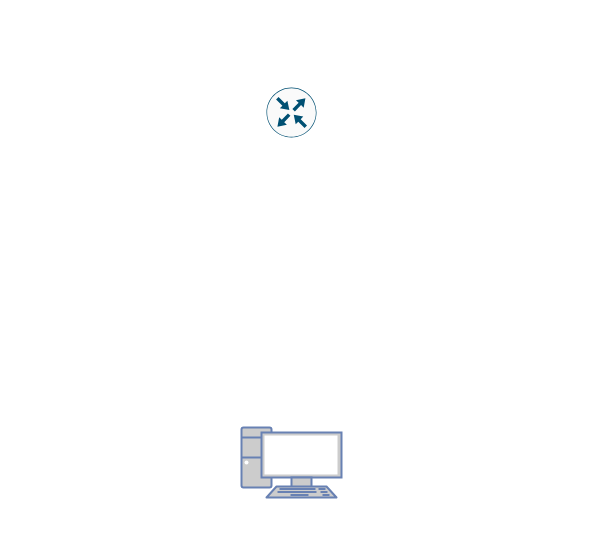
Above: Untitled Diagram.drawio in jwsummers/SOC-Analyst-Enviornment (draw.io), before the change. Source tidied: cells renumbered, new cells numbered last; positions are measured from the earlier drawing's top-left corner, leaving out a move shared by most shapes. Both pictures are drawn from the tidied source at 100%, with x=0, y=0 at pixel (241, 87).
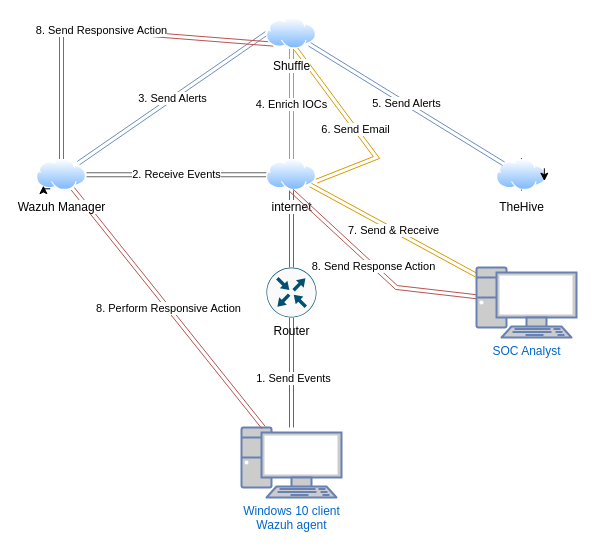
After the change.

What changed in the source:
```diff
@@
+    <mxCell id="4" style="edgeStyle=orthogonalEdgeStyle;rounded=0;jettySize=auto;html=1;shape=link;fillColor=#f5f5f5;strokeColor=#666666;gradientColor=#b3b3b3;" parent="1" edge="1" source="2" target="3">
+      <mxGeometry relative="1" as="geometry" />
+    </mxCell>
+    <mxCell id="5" value="1. Send Events" style="edgeLabel;html=1;align=center;verticalAlign=middle;" parent="4" vertex="1">
+      <mxGeometry x="-0.09" y="-2" relative="1" as="geometry">
+        <mxPoint x="-1" as="offset" />
+      </mxGeometry>
+    </mxCell>
-    <mxCell id="2" style="fontColor=#0066CC;verticalAlign=top;verticalLabelPosition=bottom;labelPosition=center;align=center;html=1;outlineConnect=0;fillColor=#CCCCCC;strokeColor=#6881B3;gradientColor=none;gradientDirection=north;strokeWidth=2;shape=mxgraph.networks.pc;" parent="1" vertex="1">
+    <mxCell id="2" value="&lt;div&gt;Windows 10 client&lt;/div&gt;&lt;div&gt;Wazuh agent&lt;/div&gt;" style="fontColor=#0066CC;verticalAlign=top;verticalLabelPosition=bottom;labelPosition=center;align=center;html=1;outlineConnect=0;fillColor=#CCCCCC;strokeColor=#6881B3;gradientColor=none;gradientDirection=north;strokeWidth=2;shape=mxgraph.networks.pc;" parent="1" vertex="1">
       <mxGeometry y="340" width="100" height="70" as="geometry" />
     </mxCell>
+    <mxCell id="6" style="edgeStyle=orthogonalEdgeStyle;rounded=0;jettySize=auto;html=1;fillColor=#f5f5f5;gradientColor=#b3b3b3;strokeColor=#666666;shape=link;" parent="1" edge="1" source="3" target="9">
+      <mxGeometry relative="1" as="geometry" />
+    </mxCell>
-    <mxCell id="3" style="sketch=0;points=[[0.5,0,0],[1,0.5,0],[0.5,1,0],[0,0.5,0],[0.145,0.145,0],[0.8555,0.145,0],[0.855,0.8555,0],[0.145,0.855,0]];verticalLabelPosition=bottom;html=1;verticalAlign=top;align=center;shape=mxgraph.cisco19.rect;prIcon=router;fillColor=#FAFAFA;strokeColor=#005073;" parent="1" vertex="1">
-      <mxGeometry x="25" width="50" height="50" as="geometry" />
+    <mxCell id="3" value="Router" style="sketch=0;points=[[0.5,0,0],[1,0.5,0],[0.5,1,0],[0,0.5,0],[0.145,0.145,0],[0.8555,0.145,0],[0.855,0.8555,0],[0.145,0.855,0]];verticalLabelPosition=bottom;html=1;verticalAlign=top;align=center;shape=mxgraph.cisco19.rect;prIcon=router;fillColor=#FAFAFA;strokeColor=#005073;" parent="1" vertex="1">
+      <mxGeometry x="25" y="180" width="50" height="50" as="geometry" />
     </mxCell>
+    <mxCell id="7" value="2. Receive Events" style="rounded=0;jettySize=auto;html=1;shape=link;fillColor=#f5f5f5;gradientColor=#b3b3b3;strokeColor=#666666;" parent="1" edge="1" source="9" target="15">
+      <mxGeometry relative="1" as="geometry" />
+    </mxCell>
+    <mxCell id="8" value="4. Enrich IOCs" style="edgeStyle=orthogonalEdgeStyle;rounded=0;jettySize=auto;html=1;entryX=0.5;entryY=1;entryDx=0;entryDy=0;fillColor=#d5e8d4;gradientColor=#97d077;strokeColor=#82b366;shape=link;" parent="1" edge="1" source="9" target="18">
+      <mxGeometry relative="1" as="geometry" />
+    </mxCell>
+    <mxCell id="9" value="&lt;div&gt;internet&lt;/div&gt;" style="image;perimeter=ellipsePerimeter;html=1;align=center;shadow=0;dashed=0;spacingTop=3;image=img/lib/active_directory/internet_cloud.svg;" parent="1" vertex="1">
+      <mxGeometry x="25" y="71.5" width="50" height="31.5" as="geometry" />
+    </mxCell>
+    <mxCell id="10" style="edgeStyle=orthogonalEdgeStyle;rounded=0;jettySize=auto;html=1;exitX=0.5;exitY=1;exitDx=0;exitDy=0;" parent="1" edge="1" source="11">
+      <mxGeometry relative="1" as="geometry">
+        <mxPoint x="280" y="70" as="targetPoint" />
+      </mxGeometry>
+    </mxCell>
+    <mxCell id="11" value="TheHive" style="image;perimeter=ellipsePerimeter;html=1;align=center;shadow=0;dashed=0;spacingTop=3;image=img/lib/active_directory/internet_cloud.svg;" parent="1" vertex="1">
+      <mxGeometry x="255" y="71.5" width="50" height="31.5" as="geometry" />
+    </mxCell>
+    <mxCell id="12" value="3. Send Alerts" style="rounded=0;orthogonalLoop=1;jettySize=auto;html=1;entryX=0;entryY=0.5;entryDx=0;entryDy=0;shape=link;fillColor=#dae8fc;gradientColor=#7ea6e0;strokeColor=#6c8ebf;" parent="1" edge="1">
+      <mxGeometry relative="1" as="geometry">
+        <mxPoint x="-163.1" y="75.6" as="sourcePoint" />
+        <mxPoint x="25" y="-54.2" as="targetPoint" />
+      </mxGeometry>
+    </mxCell>
+    <mxCell id="13" value="8. Send Responsive Action" style="rounded=0;jettySize=auto;html=1;entryX=0;entryY=1;entryDx=0;entryDy=0;fillColor=#f8cecc;gradientColor=#ea6b66;strokeColor=#b85450;shape=link;" parent="1" edge="1" source="15" target="18">
+      <mxGeometry relative="1" as="geometry">
+        <Array as="points">
+          <mxPoint x="-180" y="-60" />
+        </Array>
+      </mxGeometry>
+    </mxCell>
+    <mxCell id="14" value="8. Perform Responsive Action" style="rounded=0;jettySize=auto;html=1;fillColor=#f8cecc;gradientColor=#ea6b66;strokeColor=#b85450;shape=link;" parent="1" edge="1" source="15" target="2">
+      <mxGeometry relative="1" as="geometry" />
+    </mxCell>
+    <mxCell id="15" value="Wazuh Manager" style="image;perimeter=ellipsePerimeter;html=1;align=center;shadow=0;dashed=0;spacingTop=3;image=img/lib/active_directory/internet_cloud.svg;" parent="1" vertex="1">
+      <mxGeometry x="-205" y="71.5" width="50" height="31.5" as="geometry" />
+    </mxCell>
+    <mxCell id="16" value="5. Send Alerts" style="rounded=0;jettySize=auto;html=1;fillColor=#dae8fc;gradientColor=#7ea6e0;strokeColor=#6c8ebf;shape=link;" parent="1" edge="1" source="18" target="11">
+      <mxGeometry relative="1" as="geometry" />
+    </mxCell>
+    <mxCell id="17" value="6. Send Email" style="rounded=0;orthogonalLoop=1;jettySize=auto;html=1;entryX=1;entryY=0.75;entryDx=0;entryDy=0;shape=link;fillColor=#ffcd28;gradientColor=#ffa500;strokeColor=#d79b00;" parent="1" edge="1">
+      <mxGeometry relative="1" as="geometry">
+        <mxPoint x="54.5" y="-38.5" as="sourcePoint" />
+        <mxPoint x="75" y="93.7" as="targetPoint" />
+        <Array as="points">
+          <mxPoint x="135" y="70" />
+        </Array>
+      </mxGeometry>
+    </mxCell>
+    <mxCell id="18" value="Shuffle" style="image;perimeter=ellipsePerimeter;html=1;align=center;shadow=0;dashed=0;spacingTop=3;image=img/lib/active_directory/internet_cloud.svg;" parent="1" vertex="1">
+      <mxGeometry x="25" y="-70" width="50" height="31.5" as="geometry" />
+    </mxCell>
+    <mxCell id="19" value="7. Send &amp;amp; Receive" style="rounded=0;jettySize=auto;html=1;shape=link;fillColor=#ffcd28;gradientColor=#ffa500;strokeColor=#d79b00;" parent="1" edge="1" source="21" target="9">
+      <mxGeometry relative="1" as="geometry" />
+    </mxCell>
+    <mxCell id="20" value="8. Send Response Action" style="rounded=0;jettySize=auto;html=1;entryX=0.5;entryY=1;entryDx=0;entryDy=0;fillColor=#f8cecc;gradientColor=#ea6b66;strokeColor=#b85450;shape=link;" parent="1" edge="1" source="21" target="9">
+      <mxGeometry relative="1" as="geometry">
+        <Array as="points">
+          <mxPoint x="155" y="200" />
+        </Array>
+      </mxGeometry>
+    </mxCell>
+    <mxCell id="21" value="SOC Analyst" style="fontColor=#0066CC;verticalAlign=top;verticalLabelPosition=bottom;labelPosition=center;align=center;html=1;outlineConnect=0;fillColor=#CCCCCC;strokeColor=#6881B3;gradientColor=none;gradientDirection=north;strokeWidth=2;shape=mxgraph.networks.pc;" parent="1" vertex="1">
+      <mxGeometry x="235" y="180" width="100" height="70" as="geometry" />
+    </mxCell>
+    <mxCell id="22" style="edgeStyle=orthogonalEdgeStyle;rounded=0;orthogonalLoop=1;jettySize=auto;html=1;exitX=1;exitY=0.25;exitDx=0;exitDy=0;entryX=1;entryY=0.75;entryDx=0;entryDy=0;" parent="1" edge="1" source="11" target="11">
+      <mxGeometry relative="1" as="geometry" />
+    </mxCell>
+    <mxCell id="23" style="edgeStyle=orthogonalEdgeStyle;rounded=0;orthogonalLoop=1;jettySize=auto;html=1;exitX=0.25;exitY=1;exitDx=0;exitDy=0;entryX=0;entryY=1;entryDx=0;entryDy=0;" parent="1" edge="1" source="15" target="15">
+      <mxGeometry relative="1" as="geometry" />
+    </mxCell>
```
